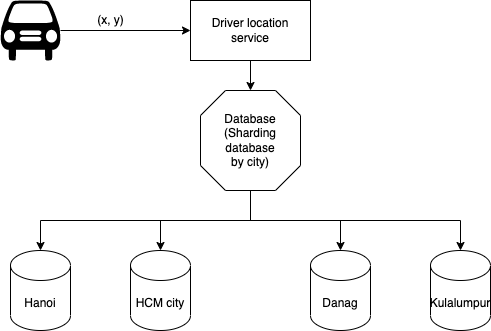
BachQuang/SkyMavis_Test keeps this draw.io diagram as 2. System design/Images/Database for locator.png. Above is the earlier version. Source tidied: cells renumbered, new cells last; positions are measured from the earlier drawing's top-left corner, leaving out a move shared by most shapes. Its diagram source:
```xml
<mxGraphModel>
  <root>
    <mxCell id="0" />
    <mxCell id="1" parent="0" />
    <mxCell id="2" style="edgeStyle=orthogonalEdgeStyle;rounded=0;jettySize=auto;html=1;entryX=0;entryY=0.5;entryDx=0;entryDy=0;" parent="1" edge="1" source="3" target="5">
      <mxGeometry relative="1" as="geometry" />
    </mxCell>
    <mxCell id="3" style="shape=mxgraph.signs.transportation.car_1;html=1;fillColor=#000000;strokeColor=none;verticalLabelPosition=bottom;verticalAlign=top;align=center;" parent="1" vertex="1">
      <mxGeometry width="60" height="60" as="geometry" />
    </mxCell>
    <mxCell id="4" style="edgeStyle=orthogonalEdgeStyle;rounded=0;jettySize=auto;html=1;" parent="1" edge="1" source="5">
      <mxGeometry relative="1" as="geometry">
        <mxPoint x="250" y="90" as="targetPoint" />
      </mxGeometry>
    </mxCell>
    <mxCell id="5" value="Driver location service" style="rounded=0;whiteSpace=wrap;html=1;" parent="1" vertex="1">
      <mxGeometry x="190" width="120" height="60" as="geometry" />
    </mxCell>
    <mxCell id="6" value="(x, y)" style="text;html=1;align=center;verticalAlign=middle;strokeColor=none;" parent="1" vertex="1">
      <mxGeometry x="90" y="10" width="40" height="20" as="geometry" />
    </mxCell>
    <mxCell id="7" style="edgeStyle=orthogonalEdgeStyle;rounded=0;jettySize=auto;html=1;" parent="1" edge="1" target="11">
      <mxGeometry relative="1" as="geometry">
        <mxPoint x="250" y="190" as="sourcePoint" />
        <Array as="points">
          <mxPoint x="250" y="220" />
          <mxPoint x="40" y="220" />
        </Array>
      </mxGeometry>
    </mxCell>
    <mxCell id="8" style="edgeStyle=orthogonalEdgeStyle;rounded=0;jettySize=auto;html=1;" parent="1" edge="1" target="12">
      <mxGeometry relative="1" as="geometry">
        <mxPoint x="250" y="190" as="sourcePoint" />
        <Array as="points">
          <mxPoint x="250" y="220" />
          <mxPoint x="160" y="220" />
        </Array>
      </mxGeometry>
    </mxCell>
    <mxCell id="9" style="edgeStyle=orthogonalEdgeStyle;rounded=0;jettySize=auto;html=1;" parent="1" edge="1" target="13">
      <mxGeometry relative="1" as="geometry">
        <mxPoint x="250" y="190" as="sourcePoint" />
        <Array as="points">
          <mxPoint x="250" y="220" />
          <mxPoint x="340" y="220" />
        </Array>
      </mxGeometry>
    </mxCell>
    <mxCell id="10" style="edgeStyle=orthogonalEdgeStyle;rounded=0;jettySize=auto;html=1;entryX=0.5;entryY=0;entryDx=0;entryDy=0;entryPerimeter=0;" parent="1" edge="1" target="14">
      <mxGeometry relative="1" as="geometry">
        <mxPoint x="250" y="190" as="sourcePoint" />
        <Array as="points">
          <mxPoint x="250" y="220" />
          <mxPoint x="460" y="220" />
        </Array>
      </mxGeometry>
    </mxCell>
    <mxCell id="11" value="Hanoi" style="shape=cylinder3;whiteSpace=wrap;html=1;boundedLbl=1;backgroundOutline=1;size=15;" parent="1" vertex="1">
      <mxGeometry x="10" y="250" width="60" height="80" as="geometry" />
    </mxCell>
    <mxCell id="12" value="HCM city" style="shape=cylinder3;whiteSpace=wrap;html=1;boundedLbl=1;backgroundOutline=1;size=15;" parent="1" vertex="1">
      <mxGeometry x="130" y="250" width="60" height="80" as="geometry" />
    </mxCell>
    <mxCell id="13" value="Danag" style="shape=cylinder3;whiteSpace=wrap;html=1;boundedLbl=1;backgroundOutline=1;size=15;" parent="1" vertex="1">
      <mxGeometry x="310" y="250" width="60" height="80" as="geometry" />
    </mxCell>
    <mxCell id="14" value="Kulalumpur" style="shape=cylinder3;whiteSpace=wrap;html=1;boundedLbl=1;backgroundOutline=1;size=15;" parent="1" vertex="1">
      <mxGeometry x="430" y="250" width="60" height="80" as="geometry" />
    </mxCell>
    <mxCell id="15" style="verticalLabelPosition=bottom;verticalAlign=top;html=1;shape=mxgraph.basic.polygon;polyCoords=[[0.25,0],[0.75,0],[1,0.25],[1,0.75],[0.75,1],[0.25,1],[0,0.75],[0,0.25]];polyline=0;" parent="1" vertex="1">
      <mxGeometry x="200" y="90" width="100" height="100" as="geometry" />
    </mxCell>
    <mxCell id="16" value="Database&lt;br&gt;(Sharding database by city)" style="text;html=1;strokeColor=none;fillColor=none;align=center;verticalAlign=middle;whiteSpace=wrap;rounded=0;" parent="1" vertex="1">
      <mxGeometry x="230" y="130" width="40" height="20" as="geometry" />
    </mxCell>
  </root>
</mxGraphModel>
```
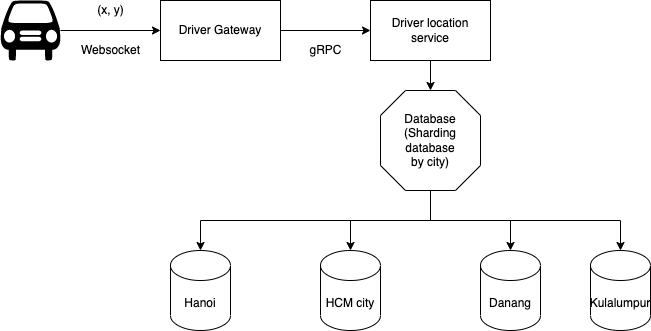
After the change.

Change to the diagram source:
```diff
@@ -2,76 +2,72 @@
   <root>
     <mxCell id="0" />
     <mxCell id="1" parent="0" />
-    <mxCell id="2" style="edgeStyle=orthogonalEdgeStyle;rounded=0;jettySize=auto;html=1;entryX=0;entryY=0.5;entryDx=0;entryDy=0;" parent="1" edge="1" source="3" target="5">
-      <mxGeometry relative="1" as="geometry" />
-    </mxCell>
+    <mxCell id="17" style="edgeStyle=orthogonalEdgeStyle;rounded=0;jettySize=auto;html=1;entryX=0;entryY=0.5;entryDx=0;entryDy=0;" parent="1" edge="1" source="3" target="25">
+      <mxGeometry relative="1" as="geometry" />
+    </mxCell>
     <mxCell id="3" style="shape=mxgraph.signs.transportation.car_1;html=1;fillColor=#000000;strokeColor=none;verticalLabelPosition=bottom;verticalAlign=top;align=center;" parent="1" vertex="1">
-      <mxGeometry width="60" height="60" as="geometry" />
+      <mxGeometry x="-120" width="60" height="60" as="geometry" />
     </mxCell>
-    <mxCell id="4" style="edgeStyle=orthogonalEdgeStyle;rounded=0;jettySize=auto;html=1;" parent="1" edge="1" source="5">
-      <mxGeometry relative="1" as="geometry">
-        <mxPoint x="250" y="90" as="targetPoint" />
-      </mxGeometry>
-    </mxCell>
+    <mxCell id="18" style="edgeStyle=orthogonalEdgeStyle;rounded=0;jettySize=auto;html=1;" parent="1" edge="1" source="5" target="15">
+      <mxGeometry relative="1" as="geometry" />
+    </mxCell>
     <mxCell id="5" value="Driver location service" style="rounded=0;whiteSpace=wrap;html=1;" parent="1" vertex="1">
-      <mxGeometry x="190" width="120" height="60" as="geometry" />
+      <mxGeometry x="250" width="120" height="60" as="geometry" />
     </mxCell>
     <mxCell id="6" value="(x, y)" style="text;html=1;align=center;verticalAlign=middle;strokeColor=none;" parent="1" vertex="1">
-      <mxGeometry x="90" y="10" width="40" height="20" as="geometry" />
+      <mxGeometry x="-30" width="40" height="20" as="geometry" />
     </mxCell>
-    <mxCell id="7" style="edgeStyle=orthogonalEdgeStyle;rounded=0;jettySize=auto;html=1;" parent="1" edge="1" target="11">
-      <mxGeometry relative="1" as="geometry">
-        <mxPoint x="250" y="190" as="sourcePoint" />
-        <Array as="points">
-          <mxPoint x="250" y="220" />
-          <mxPoint x="40" y="220" />
-        </Array>
-      </mxGeometry>
-    </mxCell>
-    <mxCell id="8" style="edgeStyle=orthogonalEdgeStyle;rounded=0;jettySize=auto;html=1;" parent="1" edge="1" target="12">
-      <mxGeometry relative="1" as="geometry">
-        <mxPoint x="250" y="190" as="sourcePoint" />
-        <Array as="points">
-          <mxPoint x="250" y="220" />
-          <mxPoint x="160" y="220" />
-        </Array>
-      </mxGeometry>
-    </mxCell>
-    <mxCell id="9" style="edgeStyle=orthogonalEdgeStyle;rounded=0;jettySize=auto;html=1;" parent="1" edge="1" target="13">
-      <mxGeometry relative="1" as="geometry">
-        <mxPoint x="250" y="190" as="sourcePoint" />
-        <Array as="points">
-          <mxPoint x="250" y="220" />
-          <mxPoint x="340" y="220" />
-        </Array>
-      </mxGeometry>
-    </mxCell>
-    <mxCell id="10" style="edgeStyle=orthogonalEdgeStyle;rounded=0;jettySize=auto;html=1;entryX=0.5;entryY=0;entryDx=0;entryDy=0;entryPerimeter=0;" parent="1" edge="1" target="14">
-      <mxGeometry relative="1" as="geometry">
-        <mxPoint x="250" y="190" as="sourcePoint" />
-        <Array as="points">
-          <mxPoint x="250" y="220" />
-          <mxPoint x="460" y="220" />
-        </Array>
-      </mxGeometry>
-    </mxCell>
     <mxCell id="11" value="Hanoi" style="shape=cylinder3;whiteSpace=wrap;html=1;boundedLbl=1;backgroundOutline=1;size=15;" parent="1" vertex="1">
-      <mxGeometry x="10" y="250" width="60" height="80" as="geometry" />
+      <mxGeometry x="50" y="250" width="60" height="80" as="geometry" />
     </mxCell>
     <mxCell id="12" value="HCM city" style="shape=cylinder3;whiteSpace=wrap;html=1;boundedLbl=1;backgroundOutline=1;size=15;" parent="1" vertex="1">
-      <mxGeometry x="130" y="250" width="60" height="80" as="geometry" />
+      <mxGeometry x="200" y="250" width="60" height="80" as="geometry" />
     </mxCell>
-    <mxCell id="13" value="Danag" style="shape=cylinder3;whiteSpace=wrap;html=1;boundedLbl=1;backgroundOutline=1;size=15;" parent="1" vertex="1">
-      <mxGeometry x="310" y="250" width="60" height="80" as="geometry" />
+    <mxCell id="13" value="Danang" style="shape=cylinder3;whiteSpace=wrap;html=1;boundedLbl=1;backgroundOutline=1;size=15;" parent="1" vertex="1">
+      <mxGeometry x="360" y="250" width="60" height="80" as="geometry" />
     </mxCell>
     <mxCell id="14" value="Kulalumpur" style="shape=cylinder3;whiteSpace=wrap;html=1;boundedLbl=1;backgroundOutline=1;size=15;" parent="1" vertex="1">
-      <mxGeometry x="430" y="250" width="60" height="80" as="geometry" />
+      <mxGeometry x="470" y="250" width="60" height="80" as="geometry" />
     </mxCell>
+    <mxCell id="19" style="edgeStyle=orthogonalEdgeStyle;rounded=0;jettySize=auto;html=1;" parent="1" edge="1" source="15" target="13">
+      <mxGeometry relative="1" as="geometry" />
+    </mxCell>
+    <mxCell id="20" style="edgeStyle=orthogonalEdgeStyle;rounded=0;jettySize=auto;html=1;" parent="1" edge="1" source="15" target="12">
+      <mxGeometry relative="1" as="geometry" />
+    </mxCell>
+    <mxCell id="21" style="edgeStyle=orthogonalEdgeStyle;rounded=0;jettySize=auto;html=1;" parent="1" edge="1" source="15" target="14">
+      <mxGeometry relative="1" as="geometry">
+        <Array as="points">
+          <mxPoint x="310" y="220" />
+          <mxPoint x="500" y="220" />
+        </Array>
+      </mxGeometry>
+    </mxCell>
+    <mxCell id="22" style="edgeStyle=orthogonalEdgeStyle;rounded=0;jettySize=auto;html=1;" parent="1" edge="1" source="15" target="11">
+      <mxGeometry relative="1" as="geometry">
+        <Array as="points">
+          <mxPoint x="310" y="220" />
+          <mxPoint x="80" y="220" />
+        </Array>
+      </mxGeometry>
+    </mxCell>
     <mxCell id="15" style="verticalLabelPosition=bottom;verticalAlign=top;html=1;shape=mxgraph.basic.polygon;polyCoords=[[0.25,0],[0.75,0],[1,0.25],[1,0.75],[0.75,1],[0.25,1],[0,0.75],[0,0.25]];polyline=0;" parent="1" vertex="1">
-      <mxGeometry x="200" y="90" width="100" height="100" as="geometry" />
+      <mxGeometry x="260" y="90" width="100" height="100" as="geometry" />
     </mxCell>
     <mxCell id="16" value="Database&lt;br&gt;(Sharding database by city)" style="text;html=1;strokeColor=none;fillColor=none;align=center;verticalAlign=middle;whiteSpace=wrap;rounded=0;" parent="1" vertex="1">
-      <mxGeometry x="230" y="130" width="40" height="20" as="geometry" />
+      <mxGeometry x="290" y="130" width="40" height="20" as="geometry" />
     </mxCell>
+    <mxCell id="23" value="Websocket" style="text;html=1;align=center;verticalAlign=middle;strokeColor=none;" parent="1" vertex="1">
+      <mxGeometry x="-45" y="40" width="70" height="20" as="geometry" />
+    </mxCell>
+    <mxCell id="24" style="edgeStyle=orthogonalEdgeStyle;rounded=0;jettySize=auto;html=1;" parent="1" edge="1" source="25" target="5">
+      <mxGeometry relative="1" as="geometry" />
+    </mxCell>
+    <mxCell id="25" value="Driver Gateway" style="rounded=0;whiteSpace=wrap;html=1;" parent="1" vertex="1">
+      <mxGeometry x="40" width="120" height="60" as="geometry" />
+    </mxCell>
+    <mxCell id="26" value="gRPC" style="text;html=1;align=center;verticalAlign=middle;strokeColor=none;" parent="1" vertex="1">
+      <mxGeometry x="180" y="40" width="50" height="20" as="geometry" />
+    </mxCell>
   </root>
 </mxGraphModel>
```
